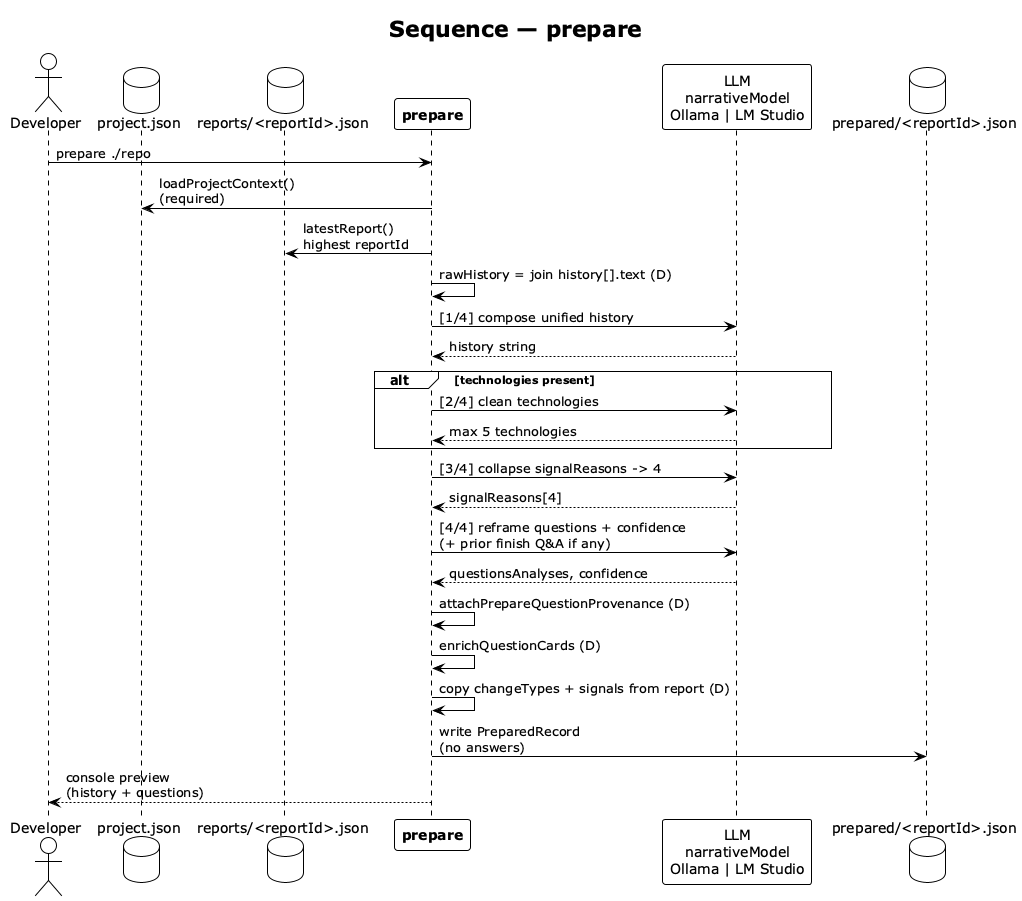
Above: img/prepare-sequence.png in vzakharchenko/dev-workgraph (PlantUML), before the change.
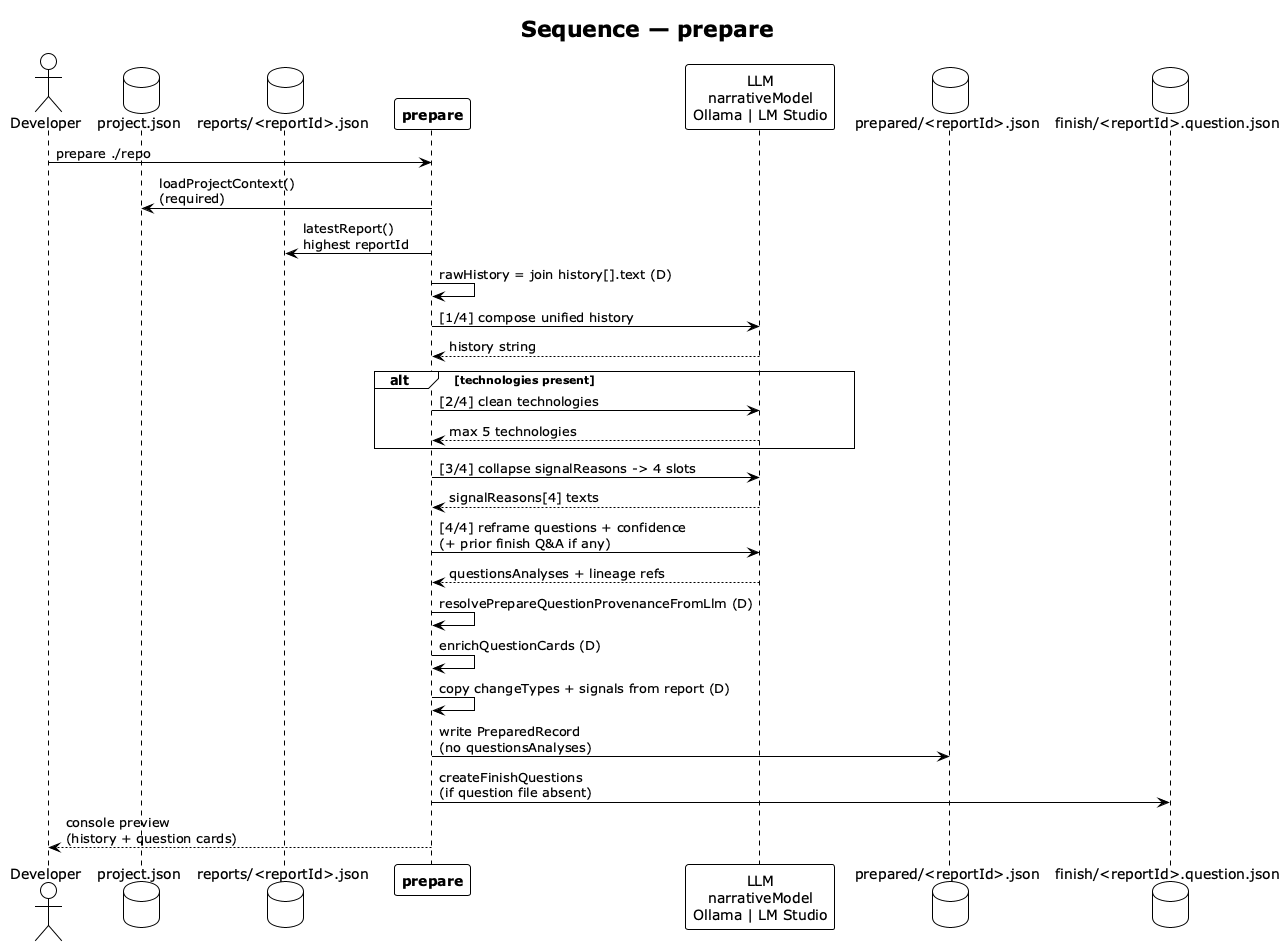
The same diagram one commit later.

The edit, as a diff of the source:
```diff
@@ -10,6 +10,7 @@
 participant "**prepare**" as PRE
 participant "LLM\nnarrativeModel\nOllama | LM Studio" as LLM
 database "prepared/<reportId>.json" as OUT
+database "finish/<reportId>.question.json" as FOUT
 
 DEV -> PRE : prepare ./repo
 
@@ -26,19 +27,19 @@
   LLM --> PRE : max 5 technologies
 end
 
-PRE -> LLM : [3/4] collapse signalReasons -> 4
-LLM --> PRE : signalReasons[4]
+PRE -> LLM : [3/4] collapse signalReasons -> 4 slots
+LLM --> PRE : signalReasons[4] texts
 
 PRE -> LLM : [4/4] reframe questions + confidence\n(+ prior finish Q&A if any)
-LLM --> PRE : questionsAnalyses, confidence
+LLM --> PRE : questionsAnalyses + lineage refs
 
-PRE -> PRE : attachPrepareQuestionProvenance (D)
+PRE -> PRE : resolvePrepareQuestionProvenanceFromLlm (D)
 PRE -> PRE : enrichQuestionCards (D)
-
 PRE -> PRE : copy changeTypes + signals from report (D)
 
-PRE -> OUT : write PreparedRecord\n(no answers)
+PRE -> OUT : write PreparedRecord\n(no questionsAnalyses)
+PRE -> FOUT : createFinishQuestions\n(if question file absent)
 
-PRE --> DEV : console preview\n(history + questions)
+PRE --> DEV : console preview\n(history + question cards)
 
 @enduml
```
